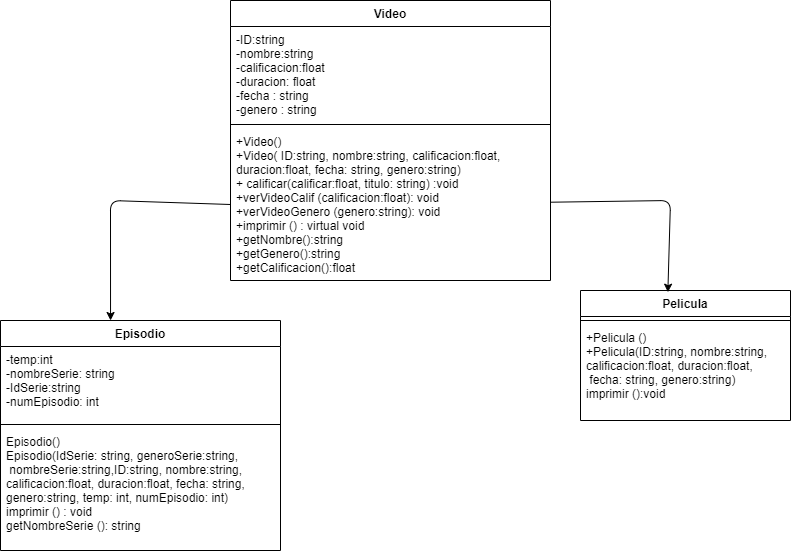
LizIslas/situacionProblema keeps this draw.io diagram as Diagrama.png. Above is the earlier version. Source tidied: cells renumbered, new cells last; positions are measured from the earlier drawing's top-left corner, leaving out a move shared by most shapes. The source it was exported from:
```xml
<mxGraphModel>
  <root>
    <mxCell id="0" />
    <mxCell id="1" parent="0" />
    <mxCell id="2" value="Video" style="swimlane;fontStyle=1;align=center;verticalAlign=top;horizontal=1;startSize=26;" parent="1" vertex="1">
      <mxGeometry x="230" width="320" height="280" as="geometry" />
    </mxCell>
    <mxCell id="3" value="-ID:string&#10;-nombre:string&#10;-calificacion:float&#10;-duracion: float&#10;-fecha : string&#10;-genero : string&#10;" style="text;strokeColor=none;fillColor=none;align=left;verticalAlign=top;spacingLeft=4;spacingRight=4;overflow=hidden;" parent="2" vertex="1">
      <mxGeometry y="26" width="320" height="94" as="geometry" />
    </mxCell>
    <mxCell id="4" style="line;strokeWidth=1;fillColor=none;align=left;verticalAlign=middle;spacingTop=-1;spacingLeft=3;spacingRight=3;labelPosition=right;strokeColor=inherit;" parent="2" vertex="1">
      <mxGeometry y="120" width="320" height="8" as="geometry" />
    </mxCell>
    <mxCell id="5" value="+Video()&#10;+Video( ID:string, nombre:string, calificacion:float, &#10;duracion:float, fecha: string, genero:string)&#10;+ calificar(calificar:float, titulo: string) :void&#10;+verVideoCalif (calificacion:float): void&#10;+verVideoGenero (genero:string): void&#10;+imprimir () : virtual void&#10;+getNombre():string&#10;+getGenero():string&#10;+getCalificacion():float&#10;" style="text;strokeColor=none;fillColor=none;align=left;verticalAlign=top;spacingLeft=4;spacingRight=4;overflow=hidden;points=[[0,0.5],[1,0.5]];portConstraint=eastwest;" parent="2" vertex="1">
      <mxGeometry y="128" width="320" height="152" as="geometry" />
    </mxCell>
    <mxCell id="6" value="Episodio" style="swimlane;fontStyle=1;align=center;verticalAlign=top;horizontal=1;startSize=26;" parent="1" vertex="1">
      <mxGeometry y="320" width="280" height="230" as="geometry" />
    </mxCell>
    <mxCell id="7" value="-temp:int&#10;-nombreSerie: string&#10;-IdSerie:string&#10;-numEpisodio: int" style="text;strokeColor=none;fillColor=none;align=left;verticalAlign=top;spacingLeft=4;spacingRight=4;overflow=hidden;" parent="6" vertex="1">
      <mxGeometry y="26" width="280" height="74" as="geometry" />
    </mxCell>
    <mxCell id="8" style="line;strokeWidth=1;fillColor=none;align=left;verticalAlign=middle;spacingTop=-1;spacingLeft=3;spacingRight=3;labelPosition=right;strokeColor=inherit;" parent="6" vertex="1">
      <mxGeometry y="100" width="280" height="8" as="geometry" />
    </mxCell>
    <mxCell id="9" value="Episodio()&#10;Episodio(IdSerie: string, generoSerie:string,&#10; nombreSerie:string,ID:string, nombre:string,&#10;calificacion:float, duracion:float, fecha: string, &#10;genero:string, temp: int, numEpisodio: int)&#10;imprimir () : void&#10;getNombreSerie (): string" style="text;strokeColor=none;fillColor=none;align=left;verticalAlign=top;spacingLeft=4;spacingRight=4;overflow=hidden;" parent="6" vertex="1">
      <mxGeometry y="108" width="280" height="122" as="geometry" />
    </mxCell>
    <mxCell id="10" style="edgeStyle=none;html=1;exitX=0;exitY=0.5;exitDx=0;exitDy=0;entryX=0.393;entryY=0;entryDx=0;entryDy=0;entryPerimeter=0;" parent="1" edge="1" source="5" target="6">
      <mxGeometry relative="1" as="geometry">
        <Array as="points">
          <mxPoint x="110" y="200" />
        </Array>
      </mxGeometry>
    </mxCell>
    <mxCell id="11" value="Pelicula" style="swimlane;fontStyle=1;align=center;verticalAlign=top;horizontal=1;startSize=26;" parent="1" vertex="1">
      <mxGeometry x="580" y="290" width="210" height="130" as="geometry" />
    </mxCell>
    <mxCell id="12" style="line;strokeWidth=1;fillColor=none;align=left;verticalAlign=middle;spacingTop=-1;spacingLeft=3;spacingRight=3;labelPosition=right;strokeColor=inherit;" parent="11" vertex="1">
      <mxGeometry y="26" width="210" height="8" as="geometry" />
    </mxCell>
    <mxCell id="13" value="+Pelicula ()&#10;+Pelicula(ID:string, nombre:string, &#10;calificacion:float, duracion:float,&#10; fecha: string, genero:string)&#10;imprimir ():void&#10;" style="text;strokeColor=none;fillColor=none;align=left;verticalAlign=top;spacingLeft=4;spacingRight=4;overflow=hidden;" parent="11" vertex="1">
      <mxGeometry y="34" width="210" height="96" as="geometry" />
    </mxCell>
    <mxCell id="14" style="edgeStyle=none;html=1;entryX=0.416;entryY=0.013;entryDx=0;entryDy=0;entryPerimeter=0;" parent="1" edge="1" source="5" target="11">
      <mxGeometry relative="1" as="geometry">
        <Array as="points">
          <mxPoint x="670" y="200" />
        </Array>
      </mxGeometry>
    </mxCell>
  </root>
</mxGraphModel>
```
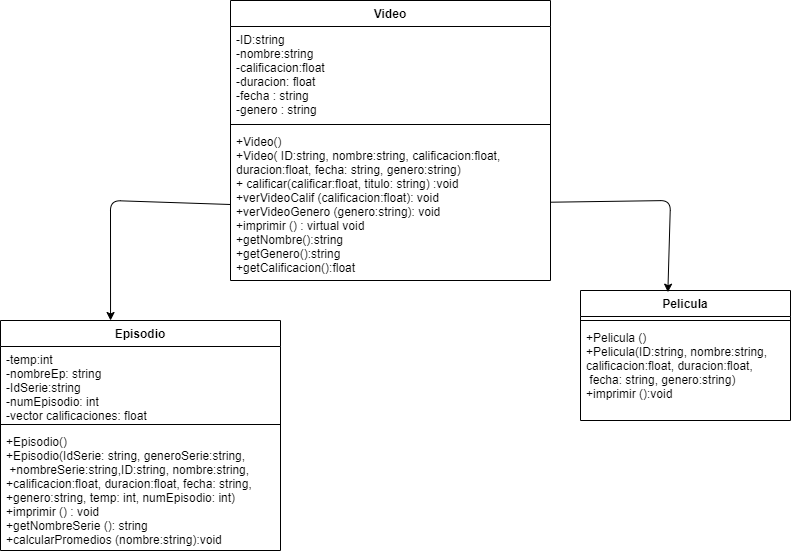
Above is the later version.

The edit, as a diff of the source:
```diff
@@ -17,13 +17,13 @@
     <mxCell id="6" value="Episodio" style="swimlane;fontStyle=1;align=center;verticalAlign=top;horizontal=1;startSize=26;" parent="1" vertex="1">
       <mxGeometry y="320" width="280" height="230" as="geometry" />
     </mxCell>
-    <mxCell id="7" value="-temp:int&#10;-nombreSerie: string&#10;-IdSerie:string&#10;-numEpisodio: int" style="text;strokeColor=none;fillColor=none;align=left;verticalAlign=top;spacingLeft=4;spacingRight=4;overflow=hidden;" parent="6" vertex="1">
+    <mxCell id="7" value="-temp:int&#10;-nombreEp: string&#10;-IdSerie:string&#10;-numEpisodio: int&#10;-vector calificaciones: float" style="text;strokeColor=none;fillColor=none;align=left;verticalAlign=top;spacingLeft=4;spacingRight=4;overflow=hidden;" parent="6" vertex="1">
       <mxGeometry y="26" width="280" height="74" as="geometry" />
     </mxCell>
     <mxCell id="8" style="line;strokeWidth=1;fillColor=none;align=left;verticalAlign=middle;spacingTop=-1;spacingLeft=3;spacingRight=3;labelPosition=right;strokeColor=inherit;" parent="6" vertex="1">
       <mxGeometry y="100" width="280" height="8" as="geometry" />
     </mxCell>
-    <mxCell id="9" value="Episodio()&#10;Episodio(IdSerie: string, generoSerie:string,&#10; nombreSerie:string,ID:string, nombre:string,&#10;calificacion:float, duracion:float, fecha: string, &#10;genero:string, temp: int, numEpisodio: int)&#10;imprimir () : void&#10;getNombreSerie (): string" style="text;strokeColor=none;fillColor=none;align=left;verticalAlign=top;spacingLeft=4;spacingRight=4;overflow=hidden;" parent="6" vertex="1">
+    <mxCell id="9" value="+Episodio()&#10;+Episodio(IdSerie: string, generoSerie:string,&#10; +nombreSerie:string,ID:string, nombre:string,&#10;+calificacion:float, duracion:float, fecha: string, &#10;+genero:string, temp: int, numEpisodio: int)&#10;+imprimir () : void&#10;+getNombreSerie (): string&#10;+calcularPromedios (nombre:string):void" style="text;strokeColor=none;fillColor=none;align=left;verticalAlign=top;spacingLeft=4;spacingRight=4;overflow=hidden;" parent="6" vertex="1">
       <mxGeometry y="108" width="280" height="122" as="geometry" />
     </mxCell>
     <mxCell id="10" style="edgeStyle=none;html=1;exitX=0;exitY=0.5;exitDx=0;exitDy=0;entryX=0.393;entryY=0;entryDx=0;entryDy=0;entryPerimeter=0;" parent="1" edge="1" source="5" target="6">
@@ -39,7 +39,7 @@
     <mxCell id="12" style="line;strokeWidth=1;fillColor=none;align=left;verticalAlign=middle;spacingTop=-1;spacingLeft=3;spacingRight=3;labelPosition=right;strokeColor=inherit;" parent="11" vertex="1">
       <mxGeometry y="26" width="210" height="8" as="geometry" />
     </mxCell>
-    <mxCell id="13" value="+Pelicula ()&#10;+Pelicula(ID:string, nombre:string, &#10;calificacion:float, duracion:float,&#10; fecha: string, genero:string)&#10;imprimir ():void&#10;" style="text;strokeColor=none;fillColor=none;align=left;verticalAlign=top;spacingLeft=4;spacingRight=4;overflow=hidden;" parent="11" vertex="1">
+    <mxCell id="13" value="+Pelicula ()&#10;+Pelicula(ID:string, nombre:string, &#10;calificacion:float, duracion:float,&#10; fecha: string, genero:string)&#10;+imprimir ():void&#10;" style="text;strokeColor=none;fillColor=none;align=left;verticalAlign=top;spacingLeft=4;spacingRight=4;overflow=hidden;" parent="11" vertex="1">
       <mxGeometry y="34" width="210" height="96" as="geometry" />
     </mxCell>
     <mxCell id="14" style="edgeStyle=none;html=1;entryX=0.416;entryY=0.013;entryDx=0;entryDy=0;entryPerimeter=0;" parent="1" edge="1" source="5" target="11">
```
